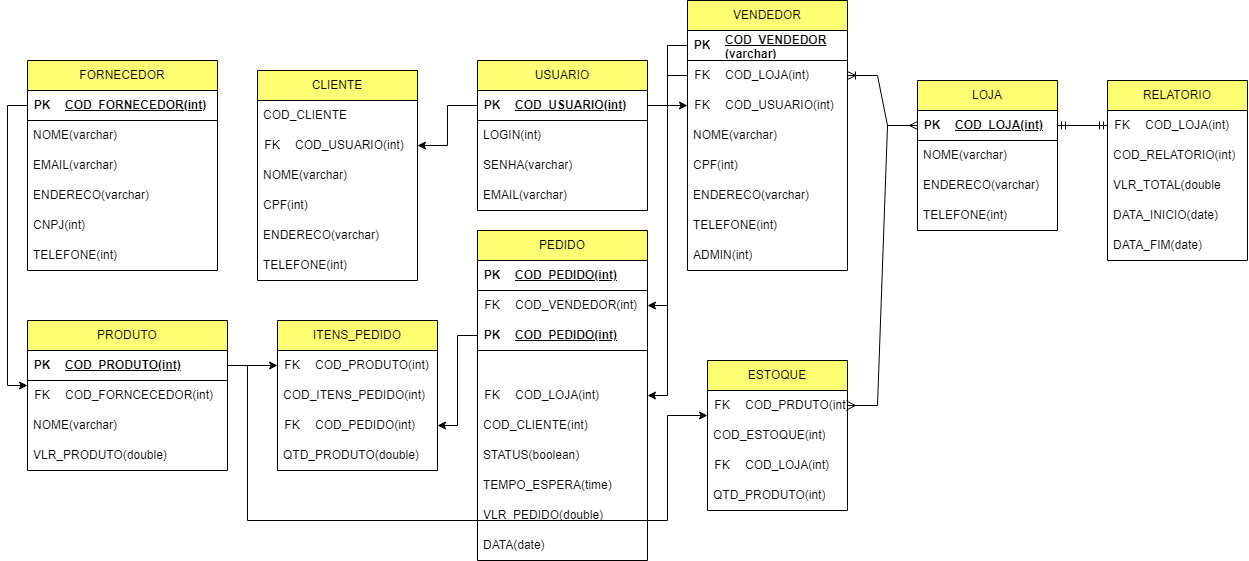
Earlier version of the draw.io export ProjetoLógicoZéDelivery/zedelivery.drawio.png (NicolasKevin2/BD). Source tidied: cells renumbered, new cells last; positions are measured from the earlier drawing's top-left corner, leaving out a move shared by most shapes.
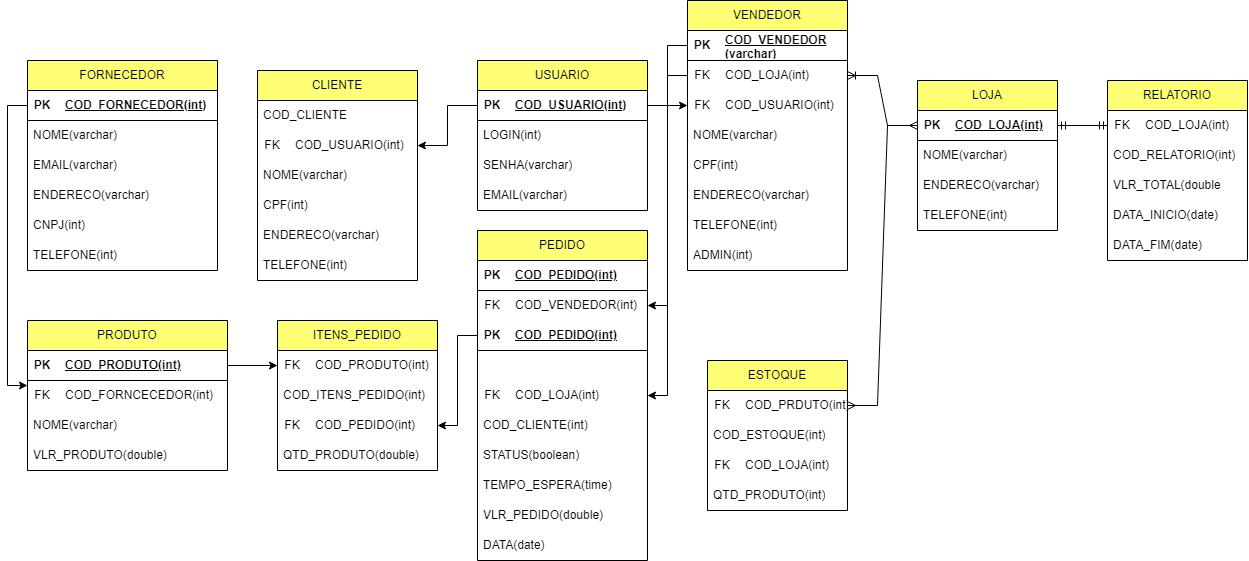
The same file after the commit.

What changed in the source:
```diff
@@ -370,16 +370,6 @@
     <mxCell id="122" style="edgeStyle=orthogonalEdgeStyle;rounded=0;jettySize=auto;html=1;" parent="1" edge="1" source="79" target="68">
       <mxGeometry relative="1" as="geometry" />
     </mxCell>
-    <mxCell id="123" style="edgeStyle=orthogonalEdgeStyle;rounded=0;jettySize=auto;html=1;" parent="1" edge="1" source="79" target="100">
-      <mxGeometry relative="1" as="geometry">
-        <Array as="points">
-          <mxPoint x="240" y="365" />
-          <mxPoint x="240" y="520" />
-          <mxPoint x="660" y="520" />
-          <mxPoint x="660" y="415" />
-        </Array>
-      </mxGeometry>
-    </mxCell>
     <mxCell id="124" style="edgeStyle=orthogonalEdgeStyle;rounded=0;jettySize=auto;html=1;" parent="1" edge="1" source="25" target="58">
       <mxGeometry relative="1" as="geometry" />
     </mxCell>
```
